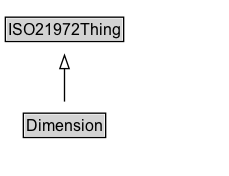
Before: docs/diagrams/Dimension.dot.png, a diagram exported from Graphviz (ISO-TC204/ontology-i72-v1). Its source is kept beside it as docs/diagrams/Dimension.dot.
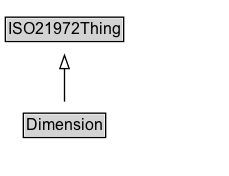
After the commit.

Diff of the diagram source:
```diff
@@ -3,13 +3,16 @@
 	node [fontname=Arial fontsize=12 margin=0 shape=none]
 	edge [fontname=Arial fontsize=11]
 	{
+		rank=source
+		ISO21972Thing [label=<<TABLE BORDER="1" CELLBORDER="0" CELLSPACING="0" CELLPADDING="1"><TR><TD BGCOLOR="lightgray" ALIGN="CENTER">ISO21972Thing</TD></TR></TABLE>> URL="../ISO21972Thing" margin=0]
+	}
+	Dimension [label=<<TABLE BORDER="1" CELLBORDER="0" CELLSPACING="0" CELLPADDING="1"><TR><TD BGCOLOR="lightgray" ALIGN="CENTER">Dimension</TD></TR></TABLE>> URL="../Dimension" margin=0]
+	{
 		rank=max
-		Dimension [label=<<TABLE BORDER="1" CELLBORDER="0" CELLSPACING="0" CELLPADDING="1"><TR><TD BGCOLOR="lightgray" ALIGN="CENTER" PORT="e">Dimension</TD></TR></TABLE>> URL="../Dimension.md" margin=0]
 	}
 	subgraph cluster_associated {
 		label="" style=invis
 		Invis [label=<<TABLE BORDER="0" CELLBORDER="0" CELLSPACING="0" CELLPADDING="1"><TR><TD></TD></TR></TABLE>> margin=0 style=invis]
 	}
-	ISO21972Thing [label=<<TABLE BORDER="1" CELLBORDER="0" CELLSPACING="0" CELLPADDING="1"><TR><TD BGCOLOR="lightgray" ALIGN="CENTER">ISO21972Thing</TD></TR></TABLE>> URL="../ISO21972Thing.md" margin=0]
 	Dimension -> ISO21972Thing [arrowhead=onormal style=solid]
 }
```
